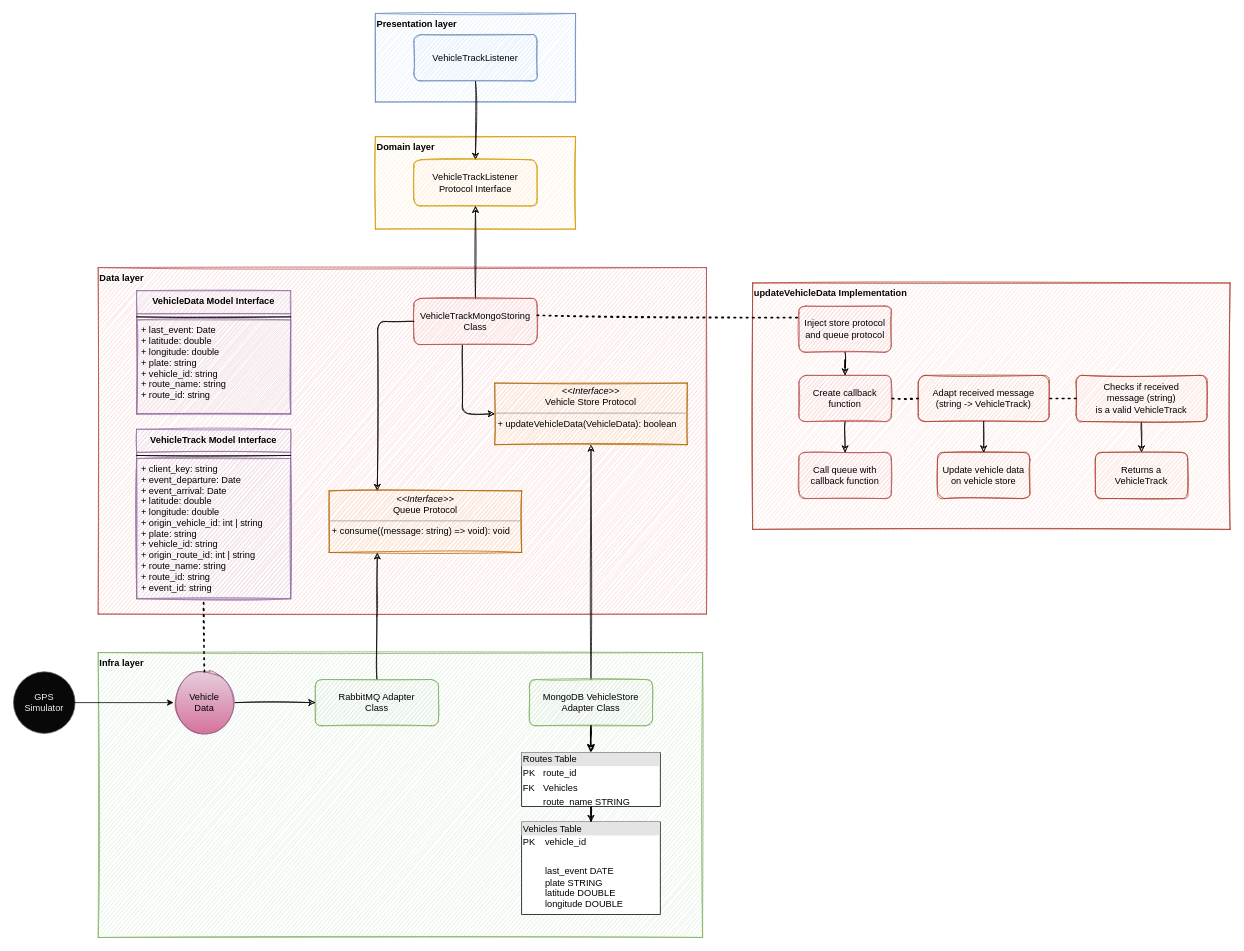
Earlier version of the draw.io diagram tracking-receiver/docs/tracking-receiver.drawio (atreib/tracking-env). Source tidied: cells renumbered, new cells numbered last; positions are measured from the earlier drawing's top-left corner, leaving out a move shared by most shapes. Both pictures are drawn from the tidied source at 77%, with x=0, y=0 at pixel (13, 13).
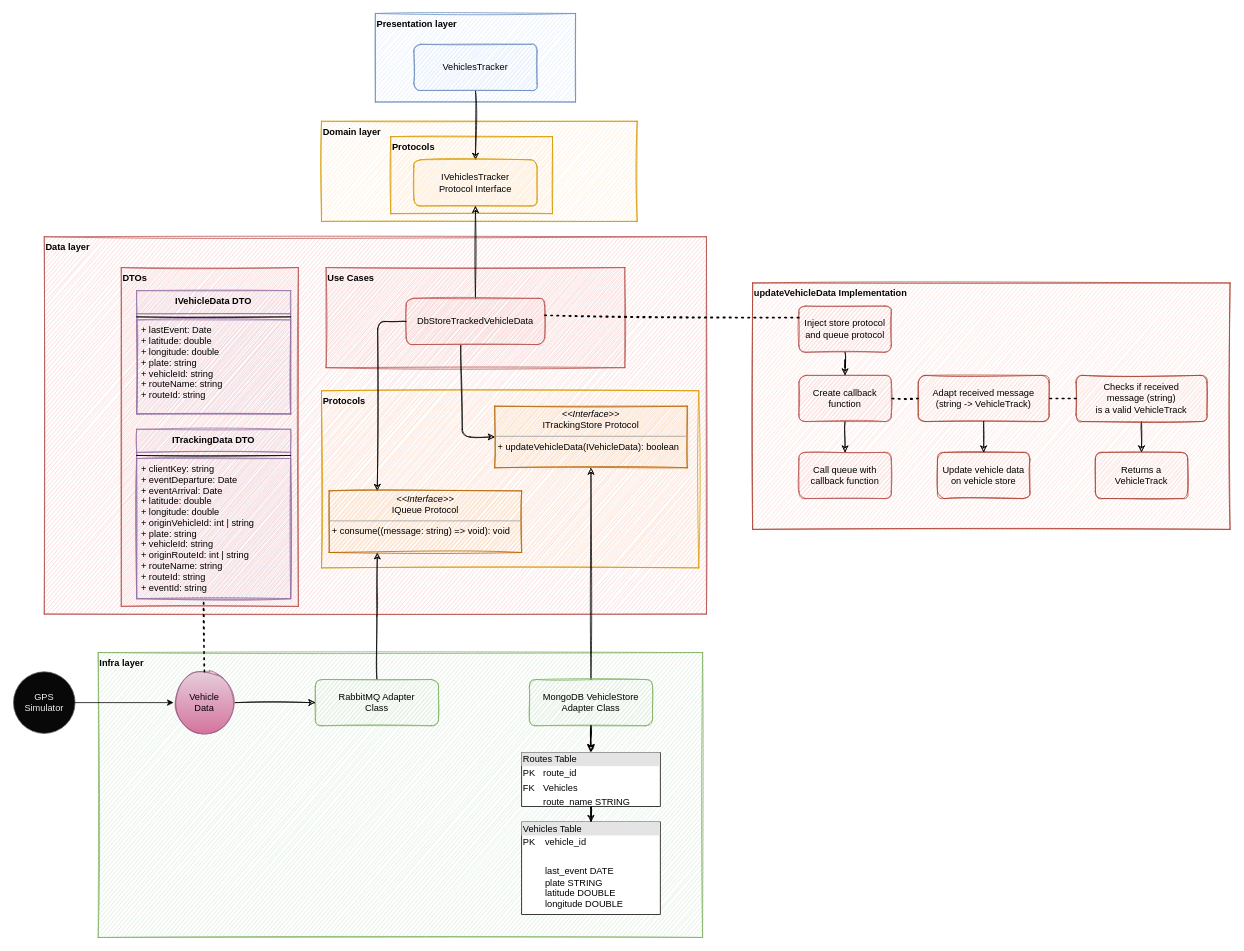
After the change.

Commit message (it also covers changes not shown here):
update architecture diagram

The edit, as a diff of the source:
```diff
@@
+    <mxCell id="6" value="Data layer" style="rounded=0;whiteSpace=wrap;html=1;align=left;verticalAlign=top;sketch=1;fillColor=#f8cecc;strokeColor=#b85450;fontStyle=1;" parent="1" vertex="1">
+      <mxGeometry x="40" y="290" width="860" height="490" as="geometry" />
+    </mxCell>
+    <mxCell id="49" value="Use Cases" style="rounded=0;whiteSpace=wrap;html=1;align=left;verticalAlign=top;sketch=1;fillColor=#f8cecc;strokeColor=#b85450;fontStyle=1;" parent="1" vertex="1">
+      <mxGeometry x="406" y="330" width="388" height="130" as="geometry" />
+    </mxCell>
+    <mxCell id="50" value="Protocols" style="rounded=0;whiteSpace=wrap;html=1;align=left;verticalAlign=top;sketch=1;fillColor=#ffe6cc;strokeColor=#d79b00;fontStyle=1;" parent="1" vertex="1">
+      <mxGeometry x="400" y="490" width="490" height="230" as="geometry" />
+    </mxCell>
+    <mxCell id="51" value="DTOs" style="rounded=0;whiteSpace=wrap;html=1;align=left;verticalAlign=top;sketch=1;fillColor=#f8cecc;strokeColor=#b85450;fontStyle=1;" parent="1" vertex="1">
+      <mxGeometry x="140" y="330" width="230" height="440" as="geometry" />
+    </mxCell>
+    <mxCell id="5" value="Domain layer" style="rounded=0;whiteSpace=wrap;html=1;align=left;verticalAlign=top;sketch=1;fillColor=#ffe6cc;strokeColor=#d79b00;fontStyle=1;" parent="1" vertex="1">
+      <mxGeometry x="400" y="140" width="410" height="130" as="geometry" />
+    </mxCell>
+    <mxCell id="52" value="Protocols&lt;br&gt;" style="rounded=0;whiteSpace=wrap;html=1;align=left;verticalAlign=top;sketch=1;fillColor=#ffe6cc;strokeColor=#d79b00;fontStyle=1;" parent="1" vertex="1">
+      <mxGeometry x="490" y="160" width="210" height="100" as="geometry" />
+    </mxCell>
@@
-    <mxCell id="5" value="Domain layer" style="rounded=0;whiteSpace=wrap;html=1;align=left;verticalAlign=top;sketch=1;fillColor=#ffe6cc;strokeColor=#d79b00;fontStyle=1;" parent="1" vertex="1">
-      <mxGeometry x="470" y="160" width="260" height="120" as="geometry" />
-    </mxCell>
-    <mxCell id="6" value="Data layer" style="rounded=0;whiteSpace=wrap;html=1;align=left;verticalAlign=top;sketch=1;fillColor=#f8cecc;strokeColor=#b85450;fontStyle=1;" parent="1" vertex="1">
-      <mxGeometry x="110" y="330" width="790" height="450" as="geometry" />
-    </mxCell>
-    <mxCell id="7" value="VehicleTrack Model Interface" style="swimlane;fontStyle=1;align=center;verticalAlign=top;horizontal=1;startSize=30;direction=east;sketch=1;fillColor=#e1d5e7;strokeColor=#9673a6;" parent="1" vertex="1">
+    <mxCell id="7" value="ITrackingData DTO" style="swimlane;fontStyle=1;align=center;verticalAlign=top;horizontal=1;startSize=30;direction=east;sketch=1;fillColor=#e1d5e7;strokeColor=#9673a6;" parent="1" vertex="1">
       <mxGeometry x="160" y="540" width="200" height="220" as="geometry" />
     </mxCell>
@@
-    <mxCell id="9" value="+ client_key: string&#10;+ event_departure: Date&#10;+ event_arrival: Date&#10;+ latitude: double&#10;+ longitude: double&#10;+ origin_vehicle_id: int | string&#10;+ plate: string&#10;+ vehicle_id: string&#10;+ origin_route_id: int | string&#10;+ route_name: string&#10;+ route_id: string&#10;+ event_id: string" style="text;strokeColor=#9673a6;fillColor=#e1d5e7;align=left;verticalAlign=top;spacingLeft=4;spacingRight=4;overflow=hidden;points=[[0,0.5],[1,0.5]];portConstraint=eastwest;sketch=1;" parent="7" vertex="1">
+    <mxCell id="9" value="+ clientKey: string&#10;+ eventDeparture: Date&#10;+ eventArrival: Date&#10;+ latitude: double&#10;+ longitude: double&#10;+ originVehicleId: int | string&#10;+ plate: string&#10;+ vehicleId: string&#10;+ originRouteId: int | string&#10;+ routeName: string&#10;+ routeId: string&#10;+ eventId: string" style="text;strokeColor=#9673a6;fillColor=#e1d5e7;align=left;verticalAlign=top;spacingLeft=4;spacingRight=4;overflow=hidden;points=[[0,0.5],[1,0.5]];portConstraint=eastwest;sketch=1;" parent="7" vertex="1">
       <mxGeometry y="38" width="200" height="182" as="geometry" />
     </mxCell>
@@
-    <mxCell id="11" value="VehicleTrackListener" style="rounded=1;whiteSpace=wrap;html=1;sketch=1;fillColor=#dae8fc;strokeColor=#6c8ebf;" parent="1" vertex="1">
-      <mxGeometry x="520" y="27.5" width="160" height="60" as="geometry" />
+    <mxCell id="11" value="VehiclesTracker" style="rounded=1;whiteSpace=wrap;html=1;sketch=1;fillColor=#dae8fc;strokeColor=#6c8ebf;" parent="1" vertex="1">
+      <mxGeometry x="520" y="40" width="160" height="60" as="geometry" />
     </mxCell>
@@
-    <mxCell id="13" value="VehicleTrackMongoStoring&lt;br&gt;Class" style="rounded=1;whiteSpace=wrap;html=1;sketch=1;fillColor=#f8cecc;strokeColor=#b85450;" parent="1" vertex="1">
-      <mxGeometry x="520" y="370" width="160" height="60" as="geometry" />
+    <mxCell id="13" value="DbStoreTrackedVehicleData" style="rounded=1;whiteSpace=wrap;html=1;sketch=1;fillColor=#f8cecc;strokeColor=#b85450;" parent="1" vertex="1">
+      <mxGeometry x="510" y="370" width="180" height="60" as="geometry" />
     </mxCell>
@@
-    <mxCell id="18" value="VehicleTrackListener Protocol Interface" style="rounded=1;whiteSpace=wrap;html=1;sketch=1;fillColor=#ffe6cc;strokeColor=#d79b00;" parent="1" vertex="1">
+    <mxCell id="18" value="IVehiclesTracker &lt;br&gt;Protocol Interface" style="rounded=1;whiteSpace=wrap;html=1;sketch=1;fillColor=#ffe6cc;strokeColor=#d79b00;" parent="1" vertex="1">
       <mxGeometry x="520" y="190" width="160" height="60" as="geometry" />
     </mxCell>
     <mxCell id="19" style="endArrow=classic;html=1;exitX=0.394;exitY=1.017;exitDx=0;exitDy=0;entryX=0;entryY=0.5;entryDx=0;entryDy=0;exitPerimeter=0;sketch=1;" parent="1" edge="1" source="13" target="40">
       <mxGeometry relative="1" as="geometry">
         <Array as="points">
-          <mxPoint x="583" y="520" />
+          <mxPoint x="583" y="550" />
         </Array>
       </mxGeometry>
     </mxCell>
@@
-    <mxCell id="40" value="&lt;p style=&quot;margin: 0px ; margin-top: 4px ; text-align: center&quot;&gt;&lt;i&gt;&amp;lt;&amp;lt;Interface&amp;gt;&amp;gt;&lt;/i&gt;&lt;br&gt;&lt;span&gt;Vehicle Store Protocol&lt;/span&gt;&lt;br&gt;&lt;/p&gt;&lt;hr size=&quot;1&quot;&gt;&lt;p style=&quot;margin: 0px ; margin-left: 4px&quot;&gt;&lt;span&gt;+ updateVehicleData(VehicleData): boolean&lt;/span&gt;&lt;/p&gt;&lt;p style=&quot;margin: 0px ; margin-left: 4px&quot;&gt;&lt;br&gt;&lt;/p&gt;" style="verticalAlign=top;align=left;overflow=fill;fontSize=12;fontFamily=Helvetica;html=1;fillColor=#fad7ac;strokeColor=#b46504;sketch=1;" parent="1" vertex="1">
-      <mxGeometry x="625" y="480" width="250" height="80" as="geometry" />
+    <mxCell id="40" value="&lt;p style=&quot;margin: 0px ; margin-top: 4px ; text-align: center&quot;&gt;&lt;i&gt;&amp;lt;&amp;lt;Interface&amp;gt;&amp;gt;&lt;/i&gt;&lt;br&gt;&lt;span&gt;ITrackingStore Protocol&lt;/span&gt;&lt;br&gt;&lt;/p&gt;&lt;hr size=&quot;1&quot;&gt;&lt;p style=&quot;margin: 0px ; margin-left: 4px&quot;&gt;&lt;span&gt;+ updateVehicleData(IVehicleData): boolean&lt;/span&gt;&lt;/p&gt;&lt;p style=&quot;margin: 0px ; margin-left: 4px&quot;&gt;&lt;br&gt;&lt;/p&gt;" style="verticalAlign=top;align=left;overflow=fill;fontSize=12;fontFamily=Helvetica;html=1;fillColor=#fad7ac;strokeColor=#b46504;sketch=1;" parent="1" vertex="1">
+      <mxGeometry x="625" y="510" width="250" height="80" as="geometry" />
     </mxCell>
-    <mxCell id="41" value="VehicleData Model Interface" style="swimlane;fontStyle=1;align=center;verticalAlign=top;horizontal=1;startSize=30;direction=east;sketch=1;fillColor=#e1d5e7;strokeColor=#9673a6;" parent="1" vertex="1">
+    <mxCell id="41" value="IVehicleData DTO" style="swimlane;fontStyle=1;align=center;verticalAlign=top;horizontal=1;startSize=30;direction=east;sketch=1;fillColor=#e1d5e7;strokeColor=#9673a6;" parent="1" vertex="1">
       <mxGeometry x="160" y="360" width="200" height="160" as="geometry" />
     </mxCell>
@@
-    <mxCell id="43" value="+ last_event: Date&#10;+ latitude: double&#10;+ longitude: double&#10;+ plate: string&#10;+ vehicle_id: string&#10;+ route_name: string&#10;+ route_id: string" style="text;strokeColor=#9673a6;fillColor=#e1d5e7;align=left;verticalAlign=top;spacingLeft=4;spacingRight=4;overflow=hidden;sketch=1;" parent="41" vertex="1">
+    <mxCell id="43" value="+ lastEvent: Date&#10;+ latitude: double&#10;+ longitude: double&#10;+ plate: string&#10;+ vehicleId: string&#10;+ routeName: string&#10;+ routeId: string" style="text;strokeColor=#9673a6;fillColor=#e1d5e7;align=left;verticalAlign=top;spacingLeft=4;spacingRight=4;overflow=hidden;sketch=1;" parent="41" vertex="1">
       <mxGeometry y="38" width="200" height="122" as="geometry" />
     </mxCell>
@@
-    <mxCell id="48" value="&lt;p style=&quot;margin: 0px ; margin-top: 4px ; text-align: center&quot;&gt;&lt;i&gt;&amp;lt;&amp;lt;Interface&amp;gt;&amp;gt;&lt;/i&gt;&lt;br&gt;&lt;span&gt;Queue Protocol&lt;/span&gt;&lt;br&gt;&lt;/p&gt;&lt;hr size=&quot;1&quot;&gt;&lt;p style=&quot;margin: 0px ; margin-left: 4px&quot;&gt;&lt;span&gt;+ consume((message: string) =&amp;gt; void): void&lt;/span&gt;&lt;/p&gt;&lt;p style=&quot;margin: 0px ; margin-left: 4px&quot;&gt;&lt;br&gt;&lt;/p&gt;" style="verticalAlign=top;align=left;overflow=fill;fontSize=12;fontFamily=Helvetica;html=1;fillColor=#fad7ac;strokeColor=#b46504;sketch=1;" parent="1" vertex="1">
+    <mxCell id="48" value="&lt;p style=&quot;margin: 0px ; margin-top: 4px ; text-align: center&quot;&gt;&lt;i&gt;&amp;lt;&amp;lt;Interface&amp;gt;&amp;gt;&lt;/i&gt;&lt;br&gt;&lt;span&gt;IQueue Protocol&lt;/span&gt;&lt;br&gt;&lt;/p&gt;&lt;hr size=&quot;1&quot;&gt;&lt;p style=&quot;margin: 0px ; margin-left: 4px&quot;&gt;&lt;span&gt;+ consume((message: string) =&amp;gt; void): void&lt;/span&gt;&lt;/p&gt;&lt;p style=&quot;margin: 0px ; margin-left: 4px&quot;&gt;&lt;br&gt;&lt;/p&gt;" style="verticalAlign=top;align=left;overflow=fill;fontSize=12;fontFamily=Helvetica;html=1;fillColor=#fad7ac;strokeColor=#b46504;sketch=1;" parent="1" vertex="1">
       <mxGeometry x="410" y="620" width="250" height="80" as="geometry" />
     </mxCell>
```
